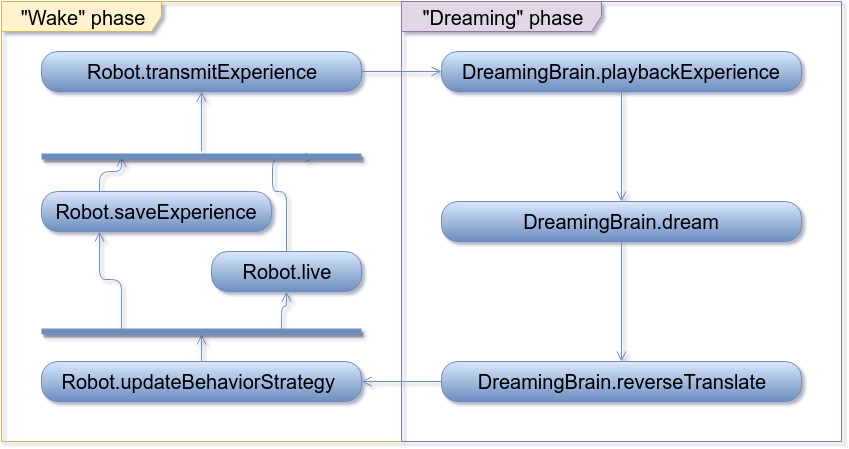
The draw.io diagram doc/HLD_Activity_life_cycle.png in research-team/robot-dream, before a commit. Source tidied: cells renumbered, new cells last; positions are measured from the earlier drawing's top-left corner, leaving out a move shared by most shapes.
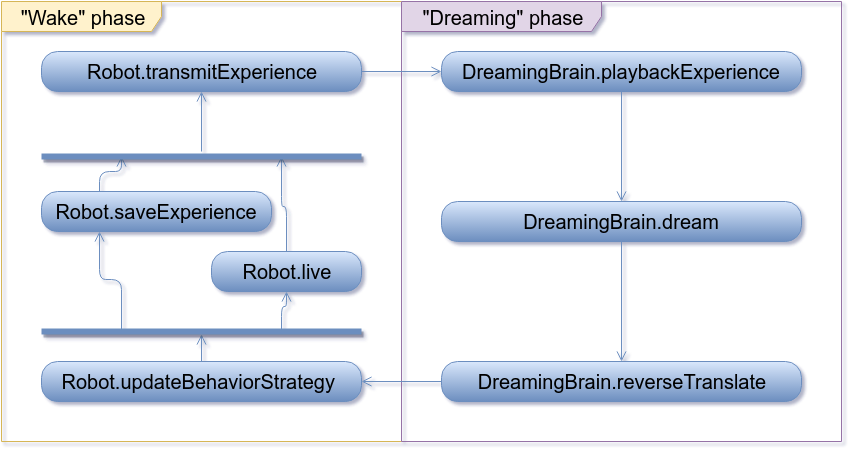
The same diagram one commit later.

Commit message:
HLD: corrected activity diagram

What changed in the source:
```diff
@@ -20,13 +20,8 @@
     <mxCell id="7" value="&lt;span&gt;Robot.saveExperience&lt;/span&gt;&lt;br&gt;" style="rounded=1;whiteSpace=wrap;html=1;arcSize=40;fillColor=#dae8fc;strokeColor=#6c8ebf;shadow=0;glass=0;comic=0;labelBackgroundColor=none;fontSize=20;align=center;gradientColor=#6C8EBF;" parent="1" vertex="1">
       <mxGeometry x="40" y="190" width="230" height="40" as="geometry" />
     </mxCell>
-    <mxCell id="8" style="edgeStyle=orthogonalEdgeStyle;rounded=1;html=1;entryX=0.855;entryY=0.6;entryPerimeter=0;startArrow=none;startFill=0;endArrow=open;endFill=0;endSize=8;jettySize=auto;strokeColor=#6c8ebf;fillColor=#dae8fc;fontSize=20;" parent="1" edge="1" source="9" target="22">
-      <mxGeometry relative="1" as="geometry">
-        <Array as="points">
-          <mxPoint x="285" y="190" />
-          <mxPoint x="271" y="190" />
-        </Array>
-      </mxGeometry>
+    <mxCell id="8" style="edgeStyle=orthogonalEdgeStyle;rounded=1;html=1;exitX=0.5;exitY=0;entryX=0.75;entryY=0.5;entryPerimeter=0;startArrow=none;startFill=0;endArrow=open;endFill=0;endSize=8;jettySize=auto;strokeColor=#6c8ebf;fillColor=#dae8fc;fontSize=20;align=right;" parent="1" edge="1" source="9" target="22">
+      <mxGeometry relative="1" as="geometry" />
     </mxCell>
     <mxCell id="9" value="&lt;span&gt;Robot.live&lt;/span&gt;&lt;br&gt;" style="rounded=1;whiteSpace=wrap;html=1;arcSize=40;fillColor=#dae8fc;strokeColor=#6c8ebf;shadow=0;glass=0;comic=0;labelBackgroundColor=none;fontSize=20;align=center;gradientColor=#6C8EBF;" parent="1" vertex="1">
       <mxGeometry x="210" y="250" width="150" height="40" as="geometry" />
```
